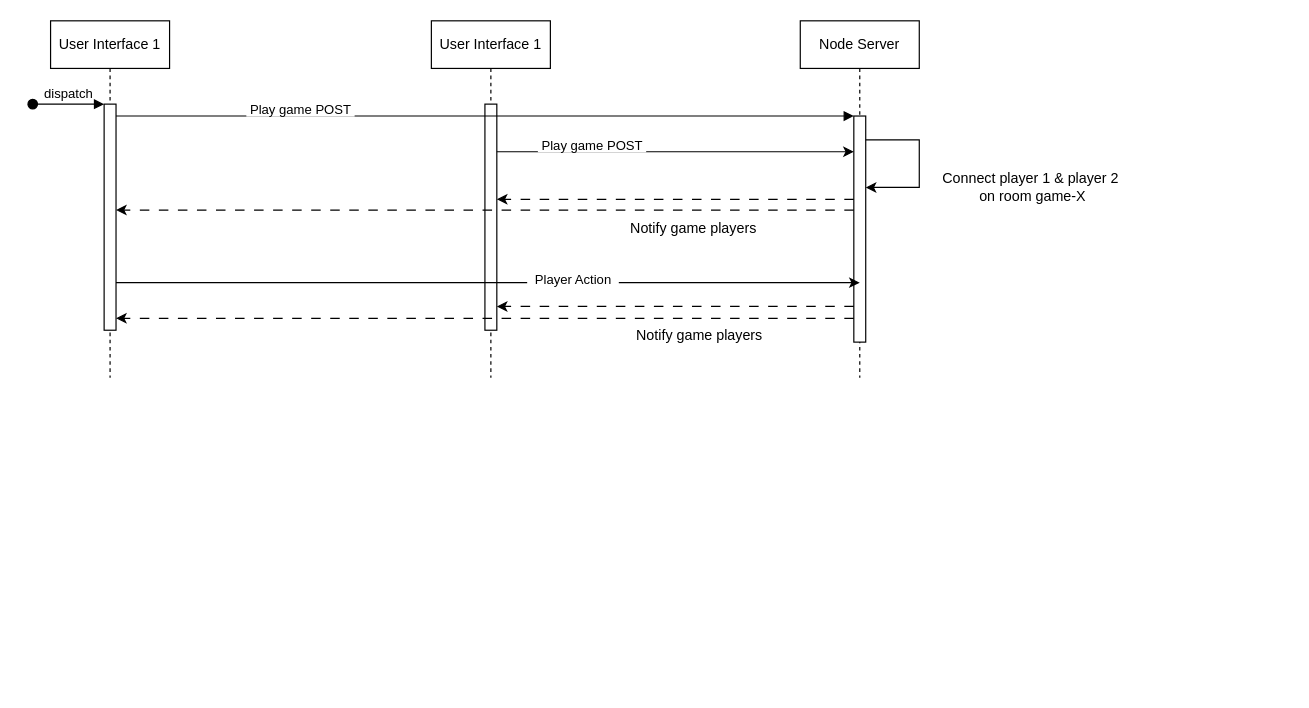
This is game-schema.drawio from theoahga/asi-csbm-2, a draw.io file, before an edit. Source tidied: cells renumbered, new cells numbered last; positions are measured from the earlier drawing's top-left corner, leaving out a move shared by most shapes. Both pictures are drawn from the tidied source at 119%, with x=0, y=0 at pixel (32, 20).
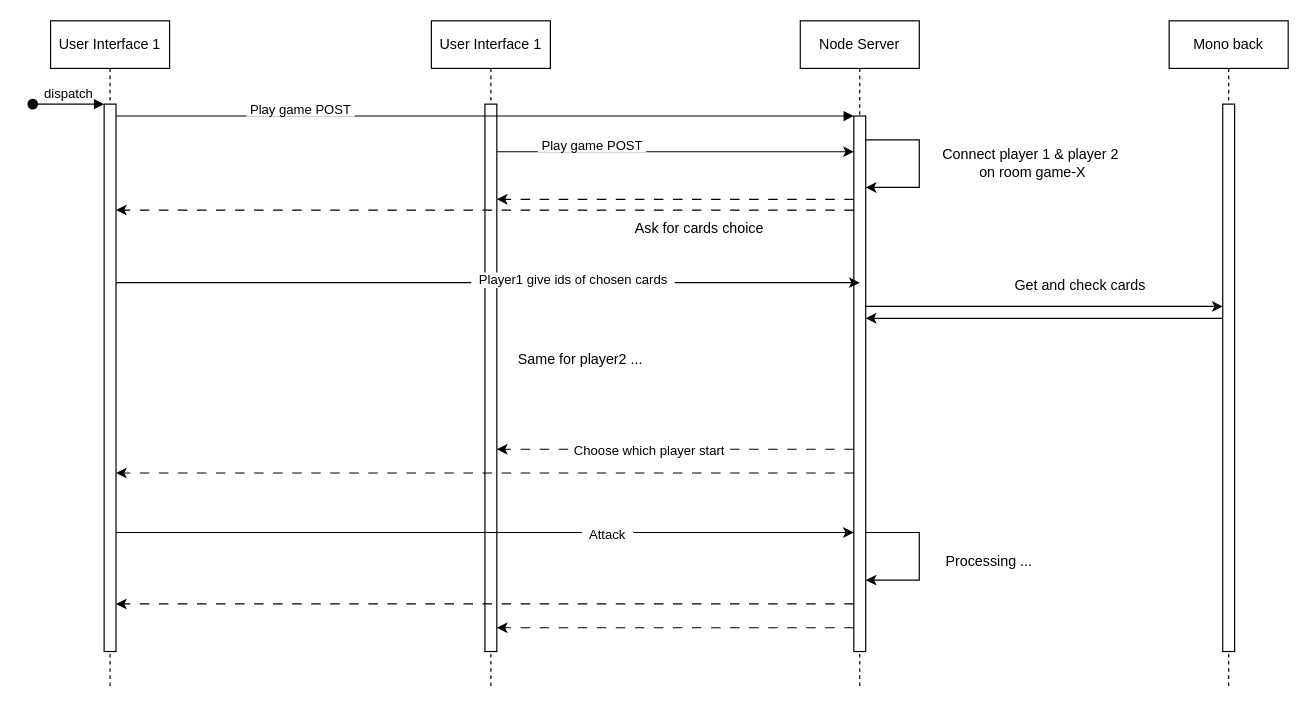
The same page after the edit.

The change refers to these unchanged cells:
```xml
<mxCell id="18" style="endArrow=classic;html=1;rounded=0;" parent="1" edge="1" source="5">
  <mxGeometry relative="1" as="geometry">
    <mxPoint x="695" y="220" as="targetPoint" />
  </mxGeometry>
</mxCell>
```

Change to the diagram source:
```diff
@@
     <mxCell id="2" value="User Interface 1" style="shape=umlLifeline;perimeter=lifelinePerimeter;whiteSpace=wrap;html=1;newEdgeStyle={&quot;edgeStyle&quot;:&quot;elbowEdgeStyle&quot;,&quot;elbow&quot;:&quot;vertical&quot;,&quot;curved&quot;:0,&quot;rounded&quot;:0};" parent="1" vertex="1">
-      <mxGeometry x="335" width="100" height="300" as="geometry" />
+      <mxGeometry x="335" width="100" height="560" as="geometry" />
     </mxCell>
     <mxCell id="3" style="html=1;points=[];perimeter=orthogonalPerimeter;outlineConnect=0;targetShapes=umlLifeline;portConstraint=eastwest;newEdgeStyle={&quot;edgeStyle&quot;:&quot;elbowEdgeStyle&quot;,&quot;elbow&quot;:&quot;vertical&quot;,&quot;curved&quot;:0,&quot;rounded&quot;:0};" parent="2" vertex="1">
-      <mxGeometry x="45" y="70" width="10" height="190" as="geometry" />
+      <mxGeometry x="45" y="70" width="10" height="460" as="geometry" />
     </mxCell>
     <mxCell id="4" value="User Interface 1" style="shape=umlLifeline;perimeter=lifelinePerimeter;whiteSpace=wrap;html=1;newEdgeStyle={&quot;edgeStyle&quot;:&quot;elbowEdgeStyle&quot;,&quot;elbow&quot;:&quot;vertical&quot;,&quot;curved&quot;:0,&quot;rounded&quot;:0};" parent="1" vertex="1">
-      <mxGeometry x="15" width="100" height="300" as="geometry" />
+      <mxGeometry x="15" width="100" height="560" as="geometry" />
     </mxCell>
     <mxCell id="5" style="html=1;points=[];perimeter=orthogonalPerimeter;outlineConnect=0;targetShapes=umlLifeline;portConstraint=eastwest;newEdgeStyle={&quot;edgeStyle&quot;:&quot;elbowEdgeStyle&quot;,&quot;elbow&quot;:&quot;vertical&quot;,&quot;curved&quot;:0,&quot;rounded&quot;:0};" parent="4" vertex="1">
-      <mxGeometry x="45" y="70" width="10" height="190" as="geometry" />
+      <mxGeometry x="45" y="70" width="10" height="460" as="geometry" />
     </mxCell>
@@
     <mxCell id="7" value="Node Server" style="shape=umlLifeline;perimeter=lifelinePerimeter;whiteSpace=wrap;html=1;newEdgeStyle={&quot;edgeStyle&quot;:&quot;elbowEdgeStyle&quot;,&quot;elbow&quot;:&quot;vertical&quot;,&quot;curved&quot;:0,&quot;rounded&quot;:0};" parent="1" vertex="1">
-      <mxGeometry x="645" width="100" height="300" as="geometry" />
+      <mxGeometry x="645" width="100" height="560" as="geometry" />
     </mxCell>
     <mxCell id="8" style="html=1;points=[];perimeter=orthogonalPerimeter;outlineConnect=0;targetShapes=umlLifeline;portConstraint=eastwest;newEdgeStyle={&quot;edgeStyle&quot;:&quot;elbowEdgeStyle&quot;,&quot;elbow&quot;:&quot;vertical&quot;,&quot;curved&quot;:0,&quot;rounded&quot;:0};" parent="7" vertex="1">
-      <mxGeometry x="45" y="80" width="10" height="190" as="geometry" />
+      <mxGeometry x="45" y="80" width="10" height="450" as="geometry" />
     </mxCell>
@@
     <mxCell id="14" value="Connect player 1 &amp;amp; player 2&amp;nbsp;&lt;div&gt;on room game-X&lt;/div&gt;" style="text;html=1;align=center;verticalAlign=middle;strokeColor=none;fillColor=none;" parent="1" vertex="1">
-      <mxGeometry x="755" y="120" width="170" height="40" as="geometry" />
+      <mxGeometry x="755" y="100" width="170" height="40" as="geometry" />
     </mxCell>
@@
-    <mxCell id="17" value="Notify game players" style="text;html=1;align=center;verticalAlign=middle;strokeColor=none;fillColor=none;" parent="1" vertex="1">
-      <mxGeometry x="490" y="160" width="130" height="30" as="geometry" />
+    <mxCell id="17" value="Ask for cards choice" style="text;html=1;align=center;verticalAlign=middle;strokeColor=none;fillColor=none;" parent="1" vertex="1">
+      <mxGeometry x="495" y="160" width="130" height="30" as="geometry" />
     </mxCell>
@@
-    <mxCell id="19" value="&amp;nbsp; Player Action&amp;nbsp;&amp;nbsp;" style="edgeLabel;html=1;align=center;verticalAlign=middle;" parent="18" vertex="1">
+    <mxCell id="19" value="&amp;nbsp; Player1 give ids of chosen cards&amp;nbsp;&amp;nbsp;" style="edgeLabel;html=1;align=center;verticalAlign=middle;" parent="18" vertex="1">
       <mxGeometry x="0.23" y="3" relative="1" as="geometry" />
     </mxCell>
-    <mxCell id="20" style="endArrow=classic;html=1;rounded=0;dashed=1;dashPattern=8 8;" parent="1" edge="1">
-      <mxGeometry relative="1" as="geometry">
-        <mxPoint x="690" y="250" as="sourcePoint" />
-        <mxPoint x="70" y="250" as="targetPoint" />
-      </mxGeometry>
-    </mxCell>
-    <mxCell id="21" style="endArrow=classic;html=1;rounded=0;dashed=1;dashPattern=8 8;" parent="1" edge="1" source="8" target="3">
-      <mxGeometry relative="1" as="geometry">
-        <Array as="points">
-          <mxPoint x="540" y="240" />
-        </Array>
-      </mxGeometry>
-    </mxCell>
-    <mxCell id="22" value="Notify game players" style="text;html=1;align=center;verticalAlign=middle;strokeColor=none;fillColor=none;" parent="1" vertex="1">
-      <mxGeometry x="495" y="250" width="130" height="30" as="geometry" />
-    </mxCell>
+    <mxCell id="23" value="Mono back" style="shape=umlLifeline;perimeter=lifelinePerimeter;whiteSpace=wrap;html=1;newEdgeStyle={&quot;edgeStyle&quot;:&quot;elbowEdgeStyle&quot;,&quot;elbow&quot;:&quot;vertical&quot;,&quot;curved&quot;:0,&quot;rounded&quot;:0};" parent="1" vertex="1">
+      <mxGeometry x="955" width="100" height="560" as="geometry" />
+    </mxCell>
+    <mxCell id="24" style="html=1;perimeter=orthogonalPerimeter;targetShapes=umlLifeline;newEdgeStyle={&quot;edgeStyle&quot;:&quot;elbowEdgeStyle&quot;,&quot;elbow&quot;:&quot;vertical&quot;,&quot;curved&quot;:0,&quot;rounded&quot;:0};" parent="23" vertex="1">
+      <mxGeometry x="45" y="70" width="10" height="460" as="geometry" />
+    </mxCell>
+    <mxCell id="25" style="endArrow=classic;html=1;rounded=0;" parent="1" edge="1">
+      <mxGeometry relative="1" as="geometry">
+        <mxPoint x="700" y="240" as="sourcePoint" />
+        <mxPoint x="1000" y="240" as="targetPoint" />
+      </mxGeometry>
+    </mxCell>
+    <mxCell id="26" style="endArrow=classic;html=1;rounded=0;" parent="1" edge="1">
+      <mxGeometry relative="1" as="geometry">
+        <mxPoint x="1000" y="250" as="sourcePoint" />
+        <mxPoint x="700" y="250" as="targetPoint" />
+      </mxGeometry>
+    </mxCell>
+    <mxCell id="27" value="Get and check cards" style="text;html=1;align=center;verticalAlign=middle;strokeColor=none;fillColor=none;" parent="1" vertex="1">
+      <mxGeometry x="815" y="208" width="130" height="30" as="geometry" />
+    </mxCell>
+    <mxCell id="28" value="Same for player2 ..." style="text;html=1;align=center;verticalAlign=middle;strokeColor=none;fillColor=none;" parent="1" vertex="1">
+      <mxGeometry x="395" y="270" width="130" height="30" as="geometry" />
+    </mxCell>
+    <mxCell id="29" style="endArrow=classic;html=1;rounded=0;dashed=1;dashPattern=8 8;" parent="1" edge="1">
+      <mxGeometry relative="1" as="geometry">
+        <mxPoint x="690" y="360" as="sourcePoint" />
+        <mxPoint x="390" y="360" as="targetPoint" />
+      </mxGeometry>
+    </mxCell>
+    <mxCell id="30" value="Choose which player start" style="edgeLabel;html=1;align=center;verticalAlign=middle;" parent="29" vertex="1">
+      <mxGeometry x="0.15" relative="1" as="geometry" />
+    </mxCell>
+    <mxCell id="31" style="endArrow=classic;html=1;rounded=0;dashed=1;dashPattern=8 8;" parent="1" edge="1">
+      <mxGeometry relative="1" as="geometry">
+        <mxPoint x="690" y="380" as="sourcePoint" />
+        <mxPoint x="70" y="380" as="targetPoint" />
+      </mxGeometry>
+    </mxCell>
+    <mxCell id="32" style="endArrow=classic;html=1;rounded=0;" parent="1" edge="1">
+      <mxGeometry relative="1" as="geometry">
+        <mxPoint x="70" y="430" as="sourcePoint" />
+        <mxPoint x="690" y="430" as="targetPoint" />
+      </mxGeometry>
+    </mxCell>
+    <mxCell id="33" value="&amp;nbsp; Attack&amp;nbsp;&amp;nbsp;" style="edgeLabel;html=1;align=center;verticalAlign=middle;" parent="32" vertex="1">
+      <mxGeometry x="0.33" y="-1" relative="1" as="geometry" />
+    </mxCell>
+    <mxCell id="34" style="endArrow=classic;html=1;rounded=0;" parent="1" edge="1">
+      <mxGeometry relative="1" as="geometry">
+        <mxPoint x="700" y="430" as="sourcePoint" />
+        <mxPoint x="700" y="470" as="targetPoint" />
+        <Array as="points">
+          <mxPoint x="745" y="430" />
+          <mxPoint x="745" y="470" />
+        </Array>
+      </mxGeometry>
+    </mxCell>
+    <mxCell id="35" value="Processing ...&amp;nbsp;" style="text;html=1;align=center;verticalAlign=middle;strokeColor=none;fillColor=none;" parent="1" vertex="1">
+      <mxGeometry x="755" y="440" width="100" height="30" as="geometry" />
+    </mxCell>
+    <mxCell id="36" style="endArrow=classic;html=1;rounded=0;dashed=1;dashPattern=8 8;" parent="1" edge="1">
+      <mxGeometry relative="1" as="geometry">
+        <mxPoint x="690" y="490" as="sourcePoint" />
+        <mxPoint x="70" y="490" as="targetPoint" />
+      </mxGeometry>
+    </mxCell>
+    <mxCell id="37" style="endArrow=classic;html=1;rounded=0;dashed=1;dashPattern=8 8;" parent="1" edge="1">
+      <mxGeometry relative="1" as="geometry">
+        <mxPoint x="690" y="510" as="sourcePoint" />
+        <mxPoint x="390" y="510" as="targetPoint" />
+      </mxGeometry>
+    </mxCell>
```
